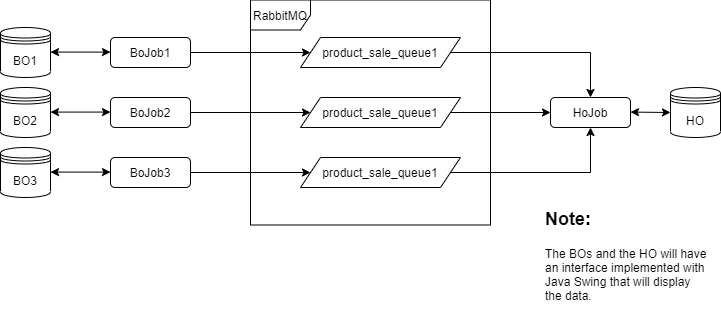
Above: assets/App_design.png in hajali-amine/synchronized-databases (draw.io), before the change. Source tidied: cells renumbered, new cells last; positions are measured from the earlier drawing's top-left corner, leaving out a move shared by most shapes. Source of this version:
```xml
<mxGraphModel>
  <root>
    <mxCell id="0" />
    <mxCell id="1" parent="0" />
    <mxCell id="2" value="HoJob" style="rounded=1;whiteSpace=wrap;html=1;" parent="1" vertex="1">
      <mxGeometry x="550" y="98" width="80" height="30" as="geometry" />
    </mxCell>
    <mxCell id="3" style="edgeStyle=orthogonalEdgeStyle;rounded=0;jettySize=auto;html=1;" parent="1" edge="1" source="4" target="14">
      <mxGeometry relative="1" as="geometry" />
    </mxCell>
    <mxCell id="4" value="BoJob3" style="rounded=1;whiteSpace=wrap;html=1;" parent="1" vertex="1">
      <mxGeometry x="110" y="158" width="80" height="30" as="geometry" />
    </mxCell>
    <mxCell id="5" style="edgeStyle=orthogonalEdgeStyle;rounded=0;jettySize=auto;html=1;" parent="1" edge="1" source="6" target="12">
      <mxGeometry relative="1" as="geometry" />
    </mxCell>
    <mxCell id="6" value="BoJob2" style="rounded=1;whiteSpace=wrap;html=1;" parent="1" vertex="1">
      <mxGeometry x="110" y="98" width="80" height="30" as="geometry" />
    </mxCell>
    <mxCell id="7" style="edgeStyle=orthogonalEdgeStyle;rounded=0;jettySize=auto;html=1;" parent="1" edge="1" source="8" target="10">
      <mxGeometry relative="1" as="geometry" />
    </mxCell>
    <mxCell id="8" value="BoJob1" style="rounded=1;whiteSpace=wrap;html=1;" parent="1" vertex="1">
      <mxGeometry x="110" y="38" width="80" height="30" as="geometry" />
    </mxCell>
    <mxCell id="9" style="edgeStyle=orthogonalEdgeStyle;rounded=0;jettySize=auto;html=1;" parent="1" edge="1" source="10" target="2">
      <mxGeometry relative="1" as="geometry" />
    </mxCell>
    <mxCell id="10" value="product_sale_queue1" style="shape=parallelogram;perimeter=parallelogramPerimeter;whiteSpace=wrap;html=1;fixedSize=1;" parent="1" vertex="1">
      <mxGeometry x="300" y="38" width="160" height="30" as="geometry" />
    </mxCell>
    <mxCell id="11" style="edgeStyle=orthogonalEdgeStyle;rounded=0;jettySize=auto;html=1;" parent="1" edge="1" source="12" target="2">
      <mxGeometry relative="1" as="geometry" />
    </mxCell>
    <mxCell id="12" value="product_sale_queue1" style="shape=parallelogram;perimeter=parallelogramPerimeter;whiteSpace=wrap;html=1;fixedSize=1;" parent="1" vertex="1">
      <mxGeometry x="300" y="98" width="160" height="30" as="geometry" />
    </mxCell>
    <mxCell id="13" style="edgeStyle=orthogonalEdgeStyle;rounded=0;jettySize=auto;html=1;" parent="1" edge="1" source="14" target="2">
      <mxGeometry relative="1" as="geometry" />
    </mxCell>
    <mxCell id="14" value="product_sale_queue1" style="shape=parallelogram;perimeter=parallelogramPerimeter;whiteSpace=wrap;html=1;fixedSize=1;" parent="1" vertex="1">
      <mxGeometry x="300" y="158" width="160" height="30" as="geometry" />
    </mxCell>
    <mxCell id="15" value="BO2&lt;span style=&quot;color: rgba(0 , 0 , 0 , 0) ; font-family: monospace ; font-size: 0px&quot;&gt;3CmxGraphModel%3E%3Croot%3E%3CmxCell%20id%3D%220%22%2F%3E%3CmxCell%20id%3D%221%22%20parent%3D%220%22%2F%3E%3CmxCell%20id%3D%222%22%20value%3D%22product_sale_queue1%22%20style%3D%22shape%3Dparallelogram%3Bperimeter%3DparallelogramPerimeter%3BwhiteSpace%3Dwrap%3Bhtml%3D1%3BfixedSize%3D1%3B%22%20vertex%3D%221%22%20parent%3D%221%22%3E%3CmxGeometry%20x%3D%22390%22%20y%3D%22420%22%20width%3D%22160%22%20height%3D%2230%22%20as%3D%22geometry%22%2F%3E%3C%2FmxCell%3E%3C%2Froot%3E%3C%2FmxGraphModel%3E&lt;/span&gt;&lt;span style=&quot;color: rgba(0 , 0 , 0 , 0) ; font-family: monospace ; font-size: 0px&quot;&gt;%3CmxGraphModel%3E%3Croot%3E%3CmxCell%20id%3D%220%22%2F%3E%3CmxCell%20id%3D%221%22%20parent%3D%220%22%2F%3E%3CmxCell%20id%3D%222%22%20value%3D%22product_sale_queue1%22%20style%3D%22shape%3Dparallelogram%3Bperimeter%3DparallelogramPerimeter%3BwhiteSpace%3Dwrap%3Bhtml%3D1%3BfixedSize%3D1%3B%22%20vertex%3D%221%22%20parent%3D%221%22%3E%3CmxGeometry%20x%3D%22390%22%20y%3D%22420%22%20width%3D%22160%22%20height%3D%2230%22%20as%3D%22geometry%22%2F%3E%3C%2FmxCell%3E%3C%2Froot%3E%3C%2FmxGraphModel%32&lt;/span&gt;" style="shape=datastore;whiteSpace=wrap;html=1;" parent="1" vertex="1">
      <mxGeometry y="88" width="50" height="50" as="geometry" />
    </mxCell>
    <mxCell id="16" value="BO3" style="shape=datastore;whiteSpace=wrap;html=1;" parent="1" vertex="1">
      <mxGeometry y="148" width="50" height="50" as="geometry" />
    </mxCell>
    <mxCell id="17" value="BO1" style="shape=datastore;whiteSpace=wrap;html=1;" parent="1" vertex="1">
      <mxGeometry y="28" width="50" height="50" as="geometry" />
    </mxCell>
    <mxCell id="18" value="HO" style="shape=datastore;whiteSpace=wrap;html=1;" parent="1" vertex="1">
      <mxGeometry x="670" y="88" width="50" height="50" as="geometry" />
    </mxCell>
    <mxCell id="19" style="endArrow=classic;startArrow=classic;html=1;entryX=0;entryY=0.5;entryDx=0;entryDy=0;exitX=1;exitY=0.5;exitDx=0;exitDy=0;" parent="1" edge="1">
      <mxGeometry relative="1" as="geometry">
        <mxPoint x="50" y="52.6" as="sourcePoint" />
        <mxPoint x="110" y="52.6" as="targetPoint" />
      </mxGeometry>
    </mxCell>
    <mxCell id="20" style="endArrow=classic;startArrow=classic;html=1;entryX=0;entryY=0.5;entryDx=0;entryDy=0;exitX=1;exitY=0.5;exitDx=0;exitDy=0;" parent="1" edge="1">
      <mxGeometry relative="1" as="geometry">
        <mxPoint x="50" y="112.6" as="sourcePoint" />
        <mxPoint x="110" y="112.6" as="targetPoint" />
      </mxGeometry>
    </mxCell>
    <mxCell id="21" style="endArrow=classic;startArrow=classic;html=1;entryX=0;entryY=0.5;entryDx=0;entryDy=0;exitX=1;exitY=0.5;exitDx=0;exitDy=0;" parent="1" edge="1">
      <mxGeometry relative="1" as="geometry">
        <mxPoint x="50" y="172.6" as="sourcePoint" />
        <mxPoint x="110" y="172.6" as="targetPoint" />
      </mxGeometry>
    </mxCell>
    <mxCell id="22" style="endArrow=classic;startArrow=classic;html=1;exitX=1;exitY=0.5;exitDx=0;exitDy=0;" parent="1" edge="1">
      <mxGeometry relative="1" as="geometry">
        <mxPoint x="630" y="112.6" as="sourcePoint" />
        <mxPoint x="670" y="113" as="targetPoint" />
      </mxGeometry>
    </mxCell>
    <mxCell id="23" value="RabbitMQ" style="shape=umlFrame;whiteSpace=wrap;html=1;" parent="1" vertex="1">
      <mxGeometry x="250" y="0.5" width="240" height="225" as="geometry" />
    </mxCell>
    <mxCell id="24" value="&lt;h1&gt;&lt;font style=&quot;font-size: 18px&quot;&gt;Note:&lt;/font&gt;&lt;/h1&gt;&lt;p&gt;The BOs and the HO will have an interface implemented with Java Swing that will display the data.&lt;/p&gt;" style="text;html=1;strokeColor=none;fillColor=none;spacing=5;spacingTop=-20;whiteSpace=wrap;overflow=hidden;rounded=0;" parent="1" vertex="1">
      <mxGeometry x="540" y="198" width="170" height="110" as="geometry" />
    </mxCell>
  </root>
</mxGraphModel>
```
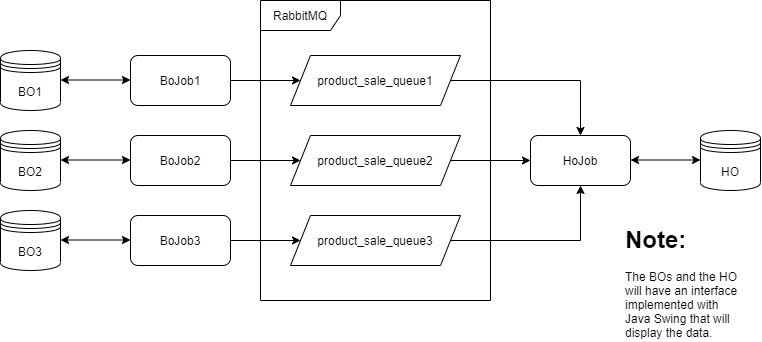
The same file after the commit.

Diff of the diagram source:
```diff
@@ -2,86 +2,86 @@
   <root>
     <mxCell id="0" />
     <mxCell id="1" parent="0" />
+    <mxCell id="17" value="BO1" style="shape=datastore;whiteSpace=wrap;html=1;" parent="1" vertex="1">
+      <mxGeometry x="20" y="-162" width="60" height="60" as="geometry" />
+    </mxCell>
+    <mxCell id="25" value="BO2" style="shape=datastore;whiteSpace=wrap;html=1;" parent="1" vertex="1">
+      <mxGeometry x="20" y="-82" width="60" height="60" as="geometry" />
+    </mxCell>
+    <mxCell id="16" value="BO3" style="shape=datastore;whiteSpace=wrap;html=1;" parent="1" vertex="1">
+      <mxGeometry x="20" y="-2" width="60" height="60" as="geometry" />
+    </mxCell>
+    <mxCell id="26" style="edgeStyle=orthogonalEdgeStyle;rounded=0;jettySize=auto;html=1;" parent="1" edge="1" source="8" target="33">
+      <mxGeometry relative="1" as="geometry" />
+    </mxCell>
+    <mxCell id="8" value="BoJob1" style="rounded=1;whiteSpace=wrap;html=1;" parent="1" vertex="1">
+      <mxGeometry x="150" y="-157" width="100" height="50" as="geometry" />
+    </mxCell>
+    <mxCell id="27" style="edgeStyle=orthogonalEdgeStyle;rounded=0;jettySize=auto;html=1;" parent="1" edge="1" source="6" target="35">
+      <mxGeometry relative="1" as="geometry" />
+    </mxCell>
+    <mxCell id="6" value="BoJob2" style="rounded=1;whiteSpace=wrap;html=1;" parent="1" vertex="1">
+      <mxGeometry x="150" y="-77" width="100" height="50" as="geometry" />
+    </mxCell>
+    <mxCell id="28" style="edgeStyle=orthogonalEdgeStyle;rounded=0;jettySize=auto;html=1;" parent="1" edge="1" source="4" target="37">
+      <mxGeometry relative="1" as="geometry" />
+    </mxCell>
+    <mxCell id="4" value="BoJob3" style="rounded=1;whiteSpace=wrap;html=1;" parent="1" vertex="1">
+      <mxGeometry x="150" y="3" width="100" height="50" as="geometry" />
+    </mxCell>
+    <mxCell id="29" style="endArrow=classic;startArrow=classic;html=1;entryX=0;entryY=0.5;entryDx=0;entryDy=0;exitX=1;exitY=0.5;exitDx=0;exitDy=0;" parent="1" edge="1">
+      <mxGeometry relative="1" as="geometry">
+        <mxPoint x="80" y="-132.5" as="sourcePoint" />
+        <mxPoint x="150" y="-132.5" as="targetPoint" />
+      </mxGeometry>
+    </mxCell>
+    <mxCell id="30" style="endArrow=classic;startArrow=classic;html=1;entryX=0;entryY=0.5;entryDx=0;entryDy=0;exitX=1;exitY=0.5;exitDx=0;exitDy=0;" parent="1" edge="1">
+      <mxGeometry relative="1" as="geometry">
+        <mxPoint x="80" y="-52.5" as="sourcePoint" />
+        <mxPoint x="150" y="-52.5" as="targetPoint" />
+      </mxGeometry>
+    </mxCell>
+    <mxCell id="31" style="endArrow=classic;startArrow=classic;html=1;entryX=0;entryY=0.5;entryDx=0;entryDy=0;exitX=1;exitY=0.5;exitDx=0;exitDy=0;" parent="1" edge="1">
+      <mxGeometry relative="1" as="geometry">
+        <mxPoint x="80" y="27.5" as="sourcePoint" />
+        <mxPoint x="150" y="27.5" as="targetPoint" />
+      </mxGeometry>
+    </mxCell>
+    <mxCell id="32" style="edgeStyle=orthogonalEdgeStyle;rounded=0;jettySize=auto;html=1;" parent="1" edge="1" source="33" target="2">
+      <mxGeometry relative="1" as="geometry" />
+    </mxCell>
+    <mxCell id="33" value="product_sale_queue1" style="shape=parallelogram;perimeter=parallelogramPerimeter;whiteSpace=wrap;html=1;fixedSize=1;" parent="1" vertex="1">
+      <mxGeometry x="310" y="-157" width="170" height="50" as="geometry" />
+    </mxCell>
+    <mxCell id="34" style="edgeStyle=orthogonalEdgeStyle;rounded=0;jettySize=auto;html=1;" parent="1" edge="1" source="35" target="2">
+      <mxGeometry relative="1" as="geometry" />
+    </mxCell>
+    <mxCell id="35" value="product_sale_queue2" style="shape=parallelogram;perimeter=parallelogramPerimeter;whiteSpace=wrap;html=1;fixedSize=1;" parent="1" vertex="1">
+      <mxGeometry x="310" y="-77" width="170" height="50" as="geometry" />
+    </mxCell>
+    <mxCell id="36" style="edgeStyle=orthogonalEdgeStyle;rounded=0;jettySize=auto;html=1;" parent="1" edge="1" source="37" target="2">
+      <mxGeometry relative="1" as="geometry" />
+    </mxCell>
+    <mxCell id="37" value="product_sale_queue3" style="shape=parallelogram;perimeter=parallelogramPerimeter;whiteSpace=wrap;html=1;fixedSize=1;" parent="1" vertex="1">
+      <mxGeometry x="310" y="3" width="170" height="50" as="geometry" />
+    </mxCell>
+    <mxCell id="18" value="HO" style="shape=datastore;whiteSpace=wrap;html=1;" parent="1" vertex="1">
+      <mxGeometry x="720" y="-82" width="60" height="60" as="geometry" />
+    </mxCell>
     <mxCell id="2" value="HoJob" style="rounded=1;whiteSpace=wrap;html=1;" parent="1" vertex="1">
-      <mxGeometry x="550" y="98" width="80" height="30" as="geometry" />
+      <mxGeometry x="550" y="-77" width="100" height="50" as="geometry" />
     </mxCell>
-    <mxCell id="3" style="edgeStyle=orthogonalEdgeStyle;rounded=0;jettySize=auto;html=1;" parent="1" edge="1" source="4" target="14">
-      <mxGeometry relative="1" as="geometry" />
-    </mxCell>
-    <mxCell id="4" value="BoJob3" style="rounded=1;whiteSpace=wrap;html=1;" parent="1" vertex="1">
-      <mxGeometry x="110" y="158" width="80" height="30" as="geometry" />
-    </mxCell>
-    <mxCell id="5" style="edgeStyle=orthogonalEdgeStyle;rounded=0;jettySize=auto;html=1;" parent="1" edge="1" source="6" target="12">
-      <mxGeometry relative="1" as="geometry" />
-    </mxCell>
-    <mxCell id="6" value="BoJob2" style="rounded=1;whiteSpace=wrap;html=1;" parent="1" vertex="1">
-      <mxGeometry x="110" y="98" width="80" height="30" as="geometry" />
-    </mxCell>
-    <mxCell id="7" style="edgeStyle=orthogonalEdgeStyle;rounded=0;jettySize=auto;html=1;" parent="1" edge="1" source="8" target="10">
-      <mxGeometry relative="1" as="geometry" />
-    </mxCell>
-    <mxCell id="8" value="BoJob1" style="rounded=1;whiteSpace=wrap;html=1;" parent="1" vertex="1">
-      <mxGeometry x="110" y="38" width="80" height="30" as="geometry" />
-    </mxCell>
-    <mxCell id="9" style="edgeStyle=orthogonalEdgeStyle;rounded=0;jettySize=auto;html=1;" parent="1" edge="1" source="10" target="2">
-      <mxGeometry relative="1" as="geometry" />
-    </mxCell>
-    <mxCell id="10" value="product_sale_queue1" style="shape=parallelogram;perimeter=parallelogramPerimeter;whiteSpace=wrap;html=1;fixedSize=1;" parent="1" vertex="1">
-      <mxGeometry x="300" y="38" width="160" height="30" as="geometry" />
-    </mxCell>
-    <mxCell id="11" style="edgeStyle=orthogonalEdgeStyle;rounded=0;jettySize=auto;html=1;" parent="1" edge="1" source="12" target="2">
-      <mxGeometry relative="1" as="geometry" />
-    </mxCell>
-    <mxCell id="12" value="product_sale_queue1" style="shape=parallelogram;perimeter=parallelogramPerimeter;whiteSpace=wrap;html=1;fixedSize=1;" parent="1" vertex="1">
-      <mxGeometry x="300" y="98" width="160" height="30" as="geometry" />
-    </mxCell>
-    <mxCell id="13" style="edgeStyle=orthogonalEdgeStyle;rounded=0;jettySize=auto;html=1;" parent="1" edge="1" source="14" target="2">
-      <mxGeometry relative="1" as="geometry" />
-    </mxCell>
-    <mxCell id="14" value="product_sale_queue1" style="shape=parallelogram;perimeter=parallelogramPerimeter;whiteSpace=wrap;html=1;fixedSize=1;" parent="1" vertex="1">
-      <mxGeometry x="300" y="158" width="160" height="30" as="geometry" />
-    </mxCell>
-    <mxCell id="15" value="BO2&lt;span style=&quot;color: rgba(0 , 0 , 0 , 0) ; font-family: monospace ; font-size: 0px&quot;&gt;3CmxGraphModel%3E%3Croot%3E%3CmxCell%20id%3D%220%22%2F%3E%3CmxCell%20id%3D%221%22%20parent%3D%220%22%2F%3E%3CmxCell%20id%3D%222%22%20value%3D%22product_sale_queue1%22%20style%3D%22shape%3Dparallelogram%3Bperimeter%3DparallelogramPerimeter%3BwhiteSpace%3Dwrap%3Bhtml%3D1%3BfixedSize%3D1%3B%22%20vertex%3D%221%22%20parent%3D%221%22%3E%3CmxGeometry%20x%3D%22390%22%20y%3D%22420%22%20width%3D%22160%22%20height%3D%2230%22%20as%3D%22geometry%22%2F%3E%3C%2FmxCell%3E%3C%2Froot%3E%3C%2FmxGraphModel%3E&lt;/span&gt;&lt;span style=&quot;color: rgba(0 , 0 , 0 , 0) ; font-family: monospace ; font-size: 0px&quot;&gt;%3CmxGraphModel%3E%3Croot%3E%3CmxCell%20id%3D%220%22%2F%3E%3CmxCell%20id%3D%221%22%20parent%3D%220%22%2F%3E%3CmxCell%20id%3D%222%22%20value%3D%22product_sale_queue1%22%20style%3D%22shape%3Dparallelogram%3Bperimeter%3DparallelogramPerimeter%3BwhiteSpace%3Dwrap%3Bhtml%3D1%3BfixedSize%3D1%3B%22%20vertex%3D%221%22%20parent%3D%221%22%3E%3CmxGeometry%20x%3D%22390%22%20y%3D%22420%22%20width%3D%22160%22%20height%3D%2230%22%20as%3D%22geometry%22%2F%3E%3C%2FmxCell%3E%3C%2Froot%3E%3C%2FmxGraphModel%32&lt;/span&gt;" style="shape=datastore;whiteSpace=wrap;html=1;" parent="1" vertex="1">
-      <mxGeometry y="88" width="50" height="50" as="geometry" />
-    </mxCell>
-    <mxCell id="16" value="BO3" style="shape=datastore;whiteSpace=wrap;html=1;" parent="1" vertex="1">
-      <mxGeometry y="148" width="50" height="50" as="geometry" />
-    </mxCell>
-    <mxCell id="17" value="BO1" style="shape=datastore;whiteSpace=wrap;html=1;" parent="1" vertex="1">
-      <mxGeometry y="28" width="50" height="50" as="geometry" />
-    </mxCell>
-    <mxCell id="18" value="HO" style="shape=datastore;whiteSpace=wrap;html=1;" parent="1" vertex="1">
-      <mxGeometry x="670" y="88" width="50" height="50" as="geometry" />
-    </mxCell>
-    <mxCell id="19" style="endArrow=classic;startArrow=classic;html=1;entryX=0;entryY=0.5;entryDx=0;entryDy=0;exitX=1;exitY=0.5;exitDx=0;exitDy=0;" parent="1" edge="1">
-      <mxGeometry relative="1" as="geometry">
-        <mxPoint x="50" y="52.6" as="sourcePoint" />
-        <mxPoint x="110" y="52.6" as="targetPoint" />
-      </mxGeometry>
-    </mxCell>
-    <mxCell id="20" style="endArrow=classic;startArrow=classic;html=1;entryX=0;entryY=0.5;entryDx=0;entryDy=0;exitX=1;exitY=0.5;exitDx=0;exitDy=0;" parent="1" edge="1">
-      <mxGeometry relative="1" as="geometry">
-        <mxPoint x="50" y="112.6" as="sourcePoint" />
-        <mxPoint x="110" y="112.6" as="targetPoint" />
-      </mxGeometry>
-    </mxCell>
-    <mxCell id="21" style="endArrow=classic;startArrow=classic;html=1;entryX=0;entryY=0.5;entryDx=0;entryDy=0;exitX=1;exitY=0.5;exitDx=0;exitDy=0;" parent="1" edge="1">
-      <mxGeometry relative="1" as="geometry">
-        <mxPoint x="50" y="172.6" as="sourcePoint" />
-        <mxPoint x="110" y="172.6" as="targetPoint" />
-      </mxGeometry>
-    </mxCell>
-    <mxCell id="22" style="endArrow=classic;startArrow=classic;html=1;exitX=1;exitY=0.5;exitDx=0;exitDy=0;" parent="1" edge="1">
-      <mxGeometry relative="1" as="geometry">
-        <mxPoint x="630" y="112.6" as="sourcePoint" />
-        <mxPoint x="670" y="113" as="targetPoint" />
-      </mxGeometry>
-    </mxCell>
+    <mxCell id="38" style="endArrow=classic;startArrow=classic;html=1;entryX=0;entryY=0.5;entryDx=0;entryDy=0;exitX=1;exitY=0.5;exitDx=0;exitDy=0;" parent="1" edge="1">
+      <mxGeometry relative="1" as="geometry">
+        <mxPoint x="650" y="-52.5" as="sourcePoint" />
+        <mxPoint x="720" y="-52.5" as="targetPoint" />
+      </mxGeometry>
+    </mxCell>
-    <mxCell id="23" value="RabbitMQ" style="shape=umlFrame;whiteSpace=wrap;html=1;" parent="1" vertex="1">
-      <mxGeometry x="250" y="0.5" width="240" height="225" as="geometry" />
+    <mxCell id="23" value="RabbitMQ" style="shape=umlFrame;whiteSpace=wrap;html=1;width=80;height=30;" parent="1" vertex="1">
+      <mxGeometry x="280" y="-212" width="230" height="300" as="geometry" />
     </mxCell>
-    <mxCell id="24" value="&lt;h1&gt;&lt;font style=&quot;font-size: 18px&quot;&gt;Note:&lt;/font&gt;&lt;/h1&gt;&lt;p&gt;The BOs and the HO will have an interface implemented with Java Swing that will display the data.&lt;/p&gt;" style="text;html=1;strokeColor=none;fillColor=none;spacing=5;spacingTop=-20;whiteSpace=wrap;overflow=hidden;rounded=0;" parent="1" vertex="1">
-      <mxGeometry x="540" y="198" width="170" height="110" as="geometry" />
+    <mxCell id="24" value="&lt;h1&gt;Note:&lt;/h1&gt;&lt;p&gt;The BOs and the HO will have an interface implemented with Java Swing that will display the data.&lt;/p&gt;" style="text;html=1;strokeColor=none;fillColor=none;spacing=5;spacingTop=-20;whiteSpace=wrap;overflow=hidden;rounded=0;" parent="1" vertex="1">
+      <mxGeometry x="640" y="8" width="130" height="120" as="geometry" />
     </mxCell>
   </root>
 </mxGraphModel>
```
